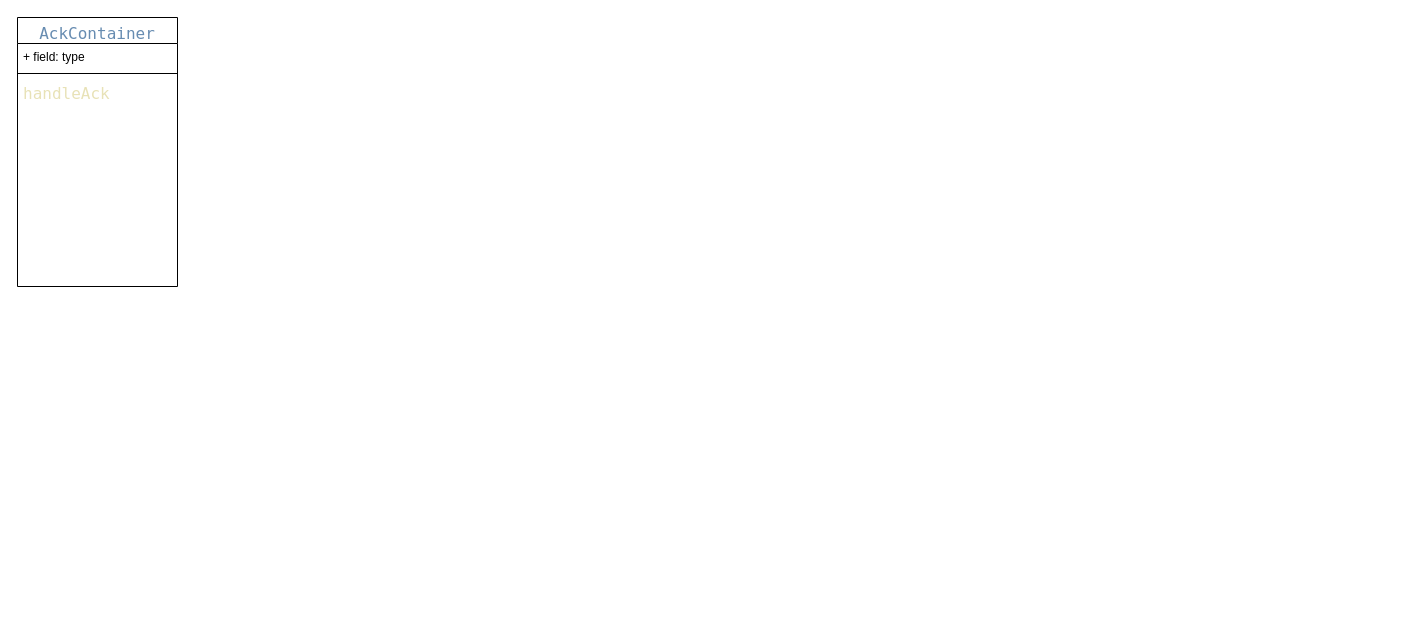
shangyu11/shang keeps this draw.io diagram as page "第 17 页" (17 of 17) of ksql.drawio. Above is the earlier version. Source tidied: cells renumbered, new cells numbered last; positions are measured from the earlier drawing's top-left corner, leaving out a move shared by most shapes. Both pictures are drawn from the tidied source at 100%, with x=0, y=0 at pixel (17, 17).
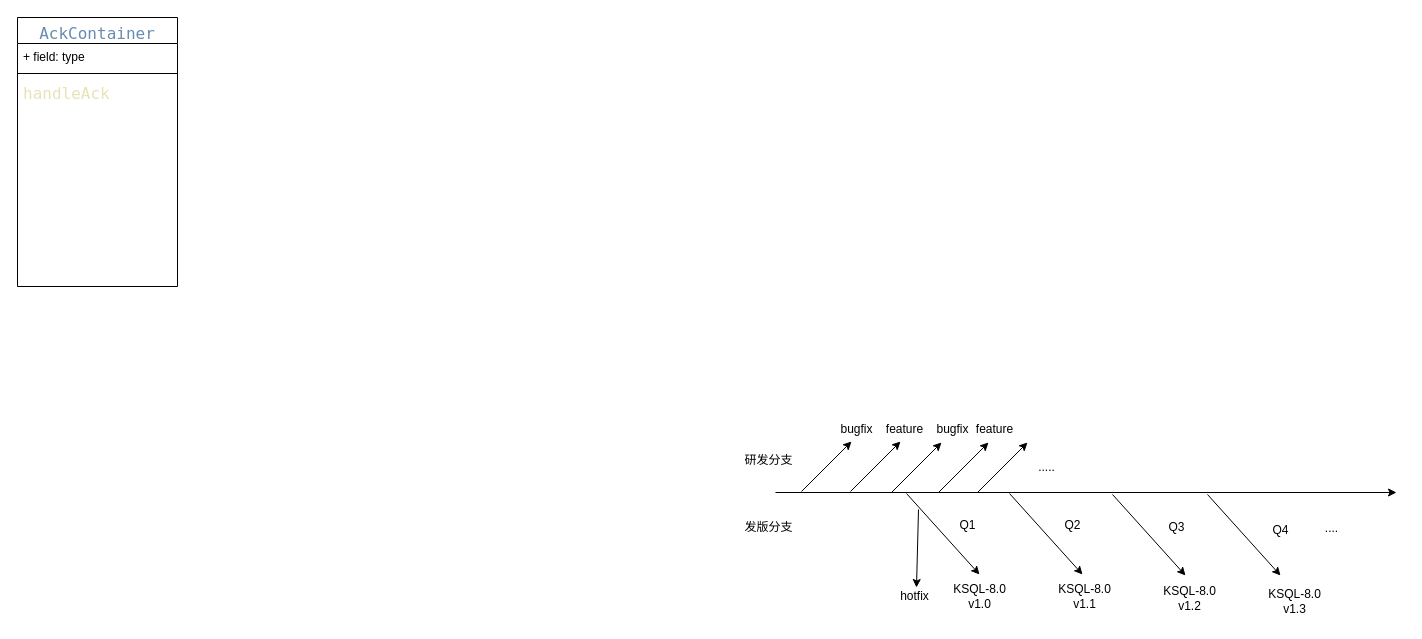
The same diagram, later.

The edit, as a diff of the source:
```diff
@@
+    <mxCell id="6" style="endArrow=classic;html=1;rounded=0;" parent="1" edge="1">
+      <mxGeometry relative="1" as="geometry">
+        <mxPoint x="758" y="475" as="sourcePoint" />
+        <mxPoint x="1379" y="475" as="targetPoint" />
+      </mxGeometry>
+    </mxCell>
+    <mxCell id="7" style="endArrow=classic;html=1;rounded=0;" parent="1" edge="1">
+      <mxGeometry relative="1" as="geometry">
+        <mxPoint x="784" y="474" as="sourcePoint" />
+        <mxPoint x="834" y="424" as="targetPoint" />
+      </mxGeometry>
+    </mxCell>
+    <mxCell id="8" style="endArrow=classic;html=1;rounded=0;" parent="1" edge="1">
+      <mxGeometry relative="1" as="geometry">
+        <mxPoint x="833" y="474" as="sourcePoint" />
+        <mxPoint x="883" y="424" as="targetPoint" />
+      </mxGeometry>
+    </mxCell>
+    <mxCell id="9" style="endArrow=classic;html=1;rounded=0;" parent="1" edge="1">
+      <mxGeometry relative="1" as="geometry">
+        <mxPoint x="874" y="475" as="sourcePoint" />
+        <mxPoint x="924" y="425" as="targetPoint" />
+      </mxGeometry>
+    </mxCell>
+    <mxCell id="10" style="endArrow=classic;html=1;rounded=0;" parent="1" edge="1">
+      <mxGeometry relative="1" as="geometry">
+        <mxPoint x="889" y="476" as="sourcePoint" />
+        <mxPoint x="962" y="557" as="targetPoint" />
+      </mxGeometry>
+    </mxCell>
+    <mxCell id="11" style="endArrow=classic;html=1;rounded=0;" parent="1" edge="1">
+      <mxGeometry relative="1" as="geometry">
+        <mxPoint x="992" y="476" as="sourcePoint" />
+        <mxPoint x="1065" y="557" as="targetPoint" />
+      </mxGeometry>
+    </mxCell>
+    <mxCell id="12" style="endArrow=classic;html=1;rounded=0;" parent="1" edge="1">
+      <mxGeometry relative="1" as="geometry">
+        <mxPoint x="1095" y="477" as="sourcePoint" />
+        <mxPoint x="1168" y="558" as="targetPoint" />
+      </mxGeometry>
+    </mxCell>
+    <mxCell id="13" style="endArrow=classic;html=1;rounded=0;" parent="1" edge="1">
+      <mxGeometry relative="1" as="geometry">
+        <mxPoint x="1190" y="477" as="sourcePoint" />
+        <mxPoint x="1263" y="558" as="targetPoint" />
+      </mxGeometry>
+    </mxCell>
+    <mxCell id="14" value="KSQL-8.0&lt;div&gt;v1.0&lt;/div&gt;" style="text;html=1;align=center;verticalAlign=middle;strokeColor=none;fillColor=none;" parent="1" vertex="1">
+      <mxGeometry x="926" y="558" width="71" height="41" as="geometry" />
+    </mxCell>
+    <mxCell id="15" value="KSQL-8.0&lt;div&gt;v1.1&lt;/div&gt;" style="text;html=1;align=center;verticalAlign=middle;strokeColor=none;fillColor=none;" parent="1" vertex="1">
+      <mxGeometry x="1031" y="558" width="71" height="41" as="geometry" />
+    </mxCell>
+    <mxCell id="16" value="KSQL-8.0&lt;div&gt;v1.2&lt;/div&gt;" style="text;html=1;align=center;verticalAlign=middle;strokeColor=none;fillColor=none;" parent="1" vertex="1">
+      <mxGeometry x="1136" y="560" width="71" height="41" as="geometry" />
+    </mxCell>
+    <mxCell id="17" value="KSQL-8.0&lt;div&gt;v1.3&lt;/div&gt;" style="text;html=1;align=center;verticalAlign=middle;strokeColor=none;fillColor=none;" parent="1" vertex="1">
+      <mxGeometry x="1241" y="563" width="71" height="41" as="geometry" />
+    </mxCell>
+    <mxCell id="18" value="bugfix" style="text;html=1;align=center;verticalAlign=middle;strokeColor=none;fillColor=none;" parent="1" vertex="1">
+      <mxGeometry x="814" y="399" width="50" height="26" as="geometry" />
+    </mxCell>
+    <mxCell id="19" value="feature" style="text;html=1;align=center;verticalAlign=middle;strokeColor=none;fillColor=none;" parent="1" vertex="1">
+      <mxGeometry x="859" y="399" width="55" height="26" as="geometry" />
+    </mxCell>
+    <mxCell id="20" value="bugfix" style="text;html=1;align=center;verticalAlign=middle;strokeColor=none;fillColor=none;" parent="1" vertex="1">
+      <mxGeometry x="910" y="399" width="50" height="26" as="geometry" />
+    </mxCell>
+    <mxCell id="21" style="endArrow=classic;html=1;rounded=0;" parent="1" edge="1">
+      <mxGeometry relative="1" as="geometry">
+        <mxPoint x="921" y="475" as="sourcePoint" />
+        <mxPoint x="971" y="425" as="targetPoint" />
+      </mxGeometry>
+    </mxCell>
+    <mxCell id="22" value="feature" style="text;html=1;align=center;verticalAlign=middle;strokeColor=none;fillColor=none;" parent="1" vertex="1">
+      <mxGeometry x="949" y="399" width="55" height="26" as="geometry" />
+    </mxCell>
+    <mxCell id="23" style="endArrow=classic;html=1;rounded=0;" parent="1" edge="1">
+      <mxGeometry relative="1" as="geometry">
+        <mxPoint x="960" y="475" as="sourcePoint" />
+        <mxPoint x="1010" y="425" as="targetPoint" />
+      </mxGeometry>
+    </mxCell>
+    <mxCell id="24" value="....." style="text;html=1;align=center;verticalAlign=middle;strokeColor=none;fillColor=none;" parent="1" vertex="1">
+      <mxGeometry x="1011" y="437" width="35" height="26" as="geometry" />
+    </mxCell>
+    <mxCell id="25" value="研发分支" style="text;html=1;align=center;verticalAlign=middle;strokeColor=none;fillColor=none;" parent="1" vertex="1">
+      <mxGeometry x="718" y="430" width="66" height="26" as="geometry" />
+    </mxCell>
+    <mxCell id="26" value="发版分支" style="text;html=1;align=center;verticalAlign=middle;strokeColor=none;fillColor=none;" parent="1" vertex="1">
+      <mxGeometry x="718" y="497" width="66" height="26" as="geometry" />
+    </mxCell>
+    <mxCell id="27" value="Q1" style="text;html=1;align=center;verticalAlign=middle;strokeColor=none;fillColor=none;" parent="1" vertex="1">
+      <mxGeometry x="933" y="494.5" width="34" height="26" as="geometry" />
+    </mxCell>
+    <mxCell id="28" value="Q2" style="text;html=1;align=center;verticalAlign=middle;strokeColor=none;fillColor=none;" parent="1" vertex="1">
+      <mxGeometry x="1038" y="494.5" width="34" height="26" as="geometry" />
+    </mxCell>
+    <mxCell id="29" value="Q3" style="text;html=1;align=center;verticalAlign=middle;strokeColor=none;fillColor=none;" parent="1" vertex="1">
+      <mxGeometry x="1141.5" y="496.5" width="34" height="26" as="geometry" />
+    </mxCell>
+    <mxCell id="30" value="Q4" style="text;html=1;align=center;verticalAlign=middle;strokeColor=none;fillColor=none;" parent="1" vertex="1">
+      <mxGeometry x="1245.5" y="499.5" width="34" height="26" as="geometry" />
+    </mxCell>
+    <mxCell id="31" style="endArrow=classic;html=1;rounded=0;" parent="1" edge="1">
+      <mxGeometry relative="1" as="geometry">
+        <mxPoint x="901" y="492" as="sourcePoint" />
+        <mxPoint x="899" y="570" as="targetPoint" />
+      </mxGeometry>
+    </mxCell>
+    <mxCell id="32" value="hotfix" style="text;html=1;align=center;verticalAlign=middle;strokeColor=none;fillColor=none;" parent="1" vertex="1">
+      <mxGeometry x="873" y="565.5" width="47" height="26" as="geometry" />
+    </mxCell>
+    <mxCell id="33" value="...." style="text;html=1;align=center;verticalAlign=middle;strokeColor=none;fillColor=none;" parent="1" vertex="1">
+      <mxGeometry x="1298" y="498" width="31" height="26" as="geometry" />
+    </mxCell>
```
